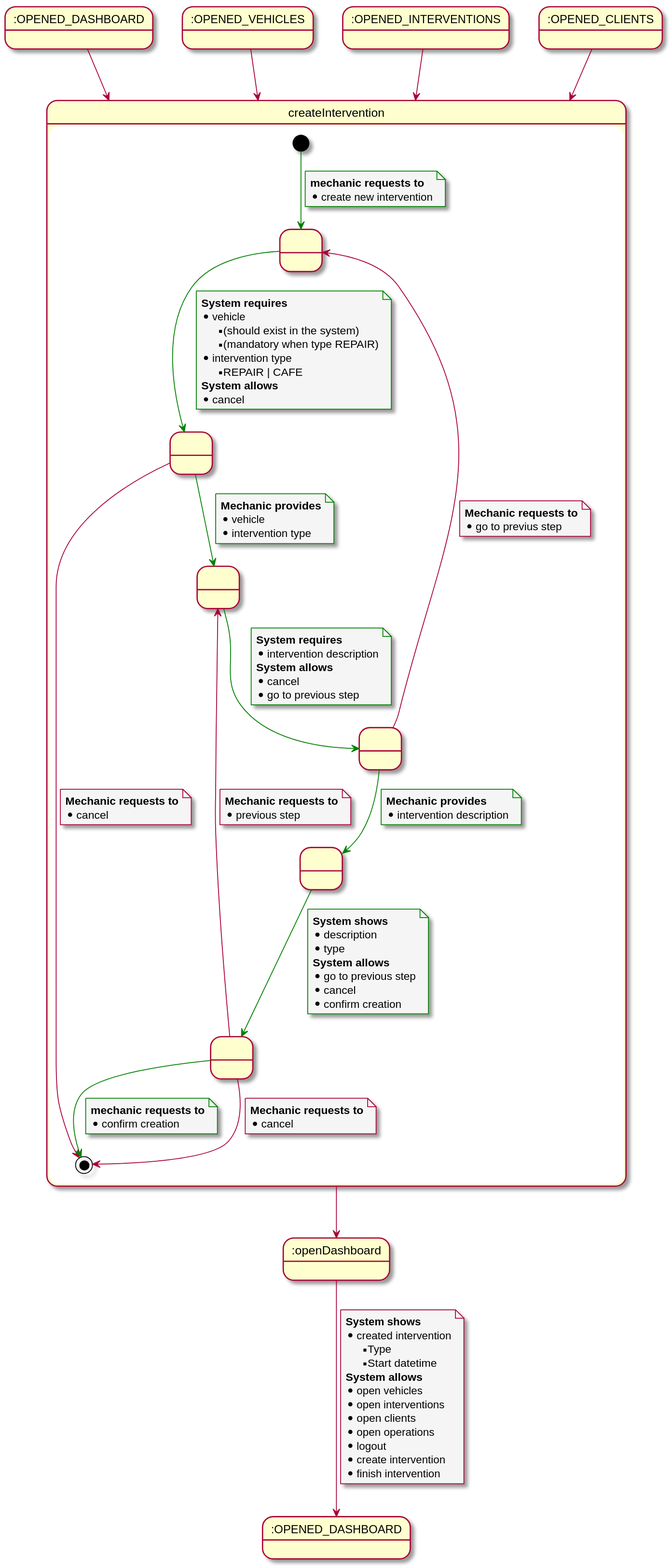
Earlier version of the PlantUML export documentation/1usecasesview/usecasesspecification/svg/createIntervention.svg (Ruskab/agrimManager). Its diagram source:
```plantuml
@startuml
skinparam {
    NoteBackgroundColor #whiteSmoke
}


state initState as ":OPENED_DASHBOARD"
state initState2 as ":OPENED_VEHICLES"
state initState3 as ":OPENED_INTERVENTIONS"
state initState4 as ":OPENED_CLIENTS"
state OPENED_DASHBOARD as ":OPENED_DASHBOARD"
state openDashboard as ":openDashboard"

initState --> createIntervention
initState2 --> createIntervention
initState3 --> createIntervention
initState4 --> createIntervention

state createIntervention {
state 1 as " "
state 2 as " "
state 4 as " "
state 5 as " "
state 6 as " "
state 7 as " "

[*] -[#Green]-> 1
note on link
    <b>mechanic requests to</b>
    * create new intervention
end note

1 -[#Green]-> 2
note on link
<b>System requires</b>
* vehicle
** (should exist in the system)
** (mandatory when type REPAIR)
* intervention type
** REPAIR | CAFE
<b>System allows</b>
* cancel
end note

2 --> [*]
note on link
<b>Mechanic requests to</b>
* cancel
end note

2 -[#Green]-> 4
note on link
<b>Mechanic provides</b>
* vehicle
* intervention type
end note

4 -[#Green]-> 5
note on link
<b>System requires</b>
* intervention description
<b>System allows</b>
* cancel
* go to previous step
end note

5 --> 1
note on link
<b>Mechanic requests to</b>
* go to previus step
end note

5 -[#Green]-> 6
note on link
<b>Mechanic provides</b>
* intervention description
end note

6 -[#Green]-> 7
note on link
<b>System shows</b>
* description
* type
<b>System allows</b>
* go to previous step
* cancel
* confirm creation
end note

7 --> [*]
note on link
<b>Mechanic requests to</b>
* cancel
end note

7 --> 4
note on link
<b>Mechanic requests to</b>
* previous step
end note

7 -[#Green]-> [*]
note on link
<b>mechanic requests to
* confirm creation
end note

}

createIntervention --> openDashboard

openDashboard --> OPENED_DASHBOARD
note on link
    <b>System shows</b>
    * created intervention
    **Type
    **Start datetime
    <b>System allows</b>
    *  open vehicles
    *  open interventions
    *  open clients
    *  open operations
    *  logout
    *  create intervention
    *  finish intervention
end note
@enduml
```
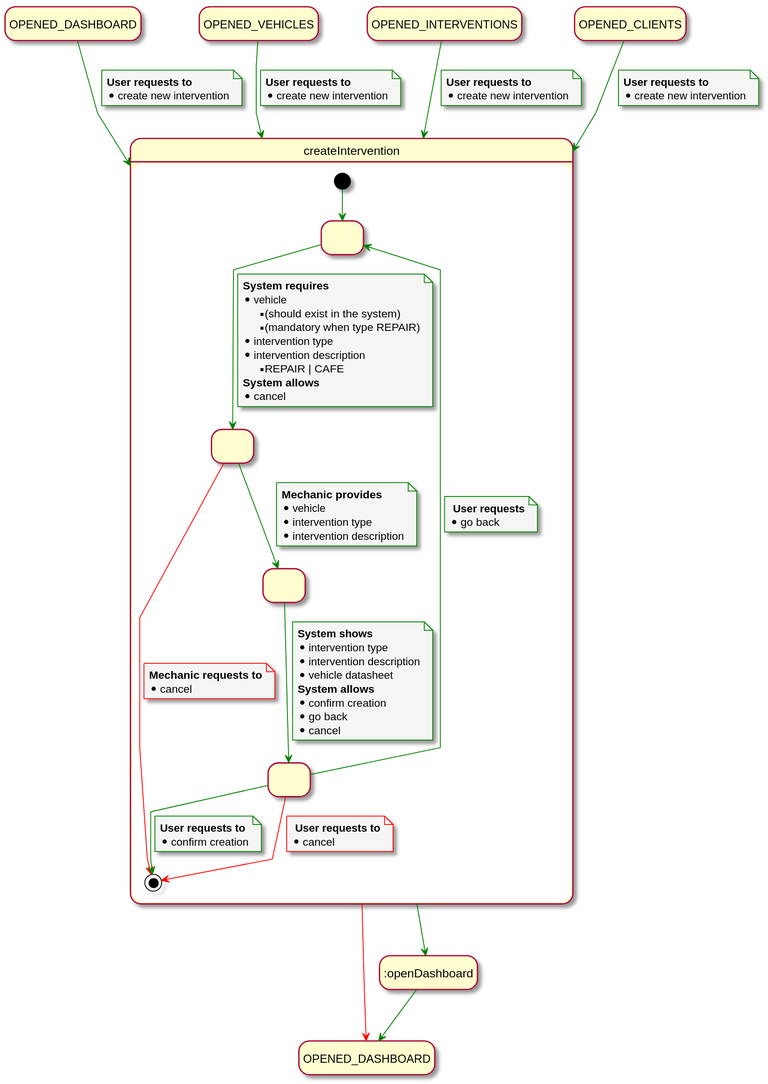
The same diagram one commit later.

Diff of the diagram source:
```diff
@@ -1,127 +1,113 @@
 @startuml
+
 skinparam {
     NoteBackgroundColor #whiteSmoke
+    ArrowColor #green
+    NoteBorderColor #green
+    linetype polyline
 }
 
+hide empty description
 
-state initState as ":OPENED_DASHBOARD"
-state initState2 as ":OPENED_VEHICLES"
-state initState3 as ":OPENED_INTERVENTIONS"
-state initState4 as ":OPENED_CLIENTS"
-state OPENED_DASHBOARD as ":OPENED_DASHBOARD"
+
+
+state initState as "OPENED_DASHBOARD"
+state initState2 as "OPENED_VEHICLES"
+state initState3 as "OPENED_INTERVENTIONS"
+state initState4 as "OPENED_CLIENTS"
+state OPENED_DASHBOARD as "OPENED_DASHBOARD"
 state openDashboard as ":openDashboard"
 
 initState --> createIntervention
+note on link
+    <b>User requests to</b>
+    * create new intervention
+end note
 initState2 --> createIntervention
+note on link
+    <b>User requests to</b>
+    * create new intervention
+end note
 initState3 --> createIntervention
+note on link
+    <b>User requests to</b>
+    * create new intervention
+end note
 initState4 --> createIntervention
+note on link
+    <b>User requests to</b>
+    * create new intervention
+end note
 
 state createIntervention {
 state 1 as " "
 state 2 as " "
 state 4 as " "
-state 5 as " "
-state 6 as " "
-state 7 as " "
+state 9 as " "
 
-[*] -[#Green]-> 1
-note on link
-    <b>mechanic requests to</b>
-    * create new intervention
-end note
+[*] --> 1
 
-1 -[#Green]-> 2
+1 --> 2
 note on link
 <b>System requires</b>
 * vehicle
 ** (should exist in the system)
 ** (mandatory when type REPAIR)
 * intervention type
+* intervention description
 ** REPAIR | CAFE
 <b>System allows</b>
 * cancel
 end note
 
-2 --> [*]
+2 -[#red]-> [*]
 note on link
 <b>Mechanic requests to</b>
 * cancel
 end note
 
-2 -[#Green]-> 4
+2 --> 4
 note on link
 <b>Mechanic provides</b>
 * vehicle
 * intervention type
-end note
-
-4 -[#Green]-> 5
-note on link
-<b>System requires</b>
-* intervention description
-<b>System allows</b>
-* cancel
-* go to previous step
-end note
-
-5 --> 1
-note on link
-<b>Mechanic requests to</b>
-* go to previus step
-end note
-
-5 -[#Green]-> 6
-note on link
-<b>Mechanic provides</b>
 * intervention description
 end note
 
-6 -[#Green]-> 7
+4 --> 9
 note on link
-<b>System shows</b>
-* description
-* type
-<b>System allows</b>
-* go to previous step
-* cancel
+<b>System shows
+* intervention type
+* intervention description
+* vehicle datasheet
+<b>System allows
 * confirm creation
-end note
-
-7 --> [*]
-note on link
-<b>Mechanic requests to</b>
+* go back
 * cancel
 end note
 
-7 --> 4
+9 -up-> 1
 note on link
-<b>Mechanic requests to</b>
-* previous step
+<b> User requests
+* go back
 end note
 
-7 -[#Green]-> [*]
+9 -down[#red]-> [*]
 note on link
-<b>mechanic requests to
+<b> User requests to
+* cancel
+end note
+
+9 -down-> [*]
+note on link
+<b>User requests to
 * confirm creation
 end note
+}
 
-}
+createIntervention -[#red]-> OPENED_DASHBOARD
 
 createIntervention --> openDashboard
 
 openDashboard --> OPENED_DASHBOARD
-note on link
-    <b>System shows</b>
-    * created intervention
-    **Type
-    **Start datetime
-    <b>System allows</b>
-    *  open vehicles
-    *  open interventions
-    *  open clients
-    *  open operations
-    *  logout
-    *  create intervention
-    *  finish intervention
-end note
 @enduml
```
